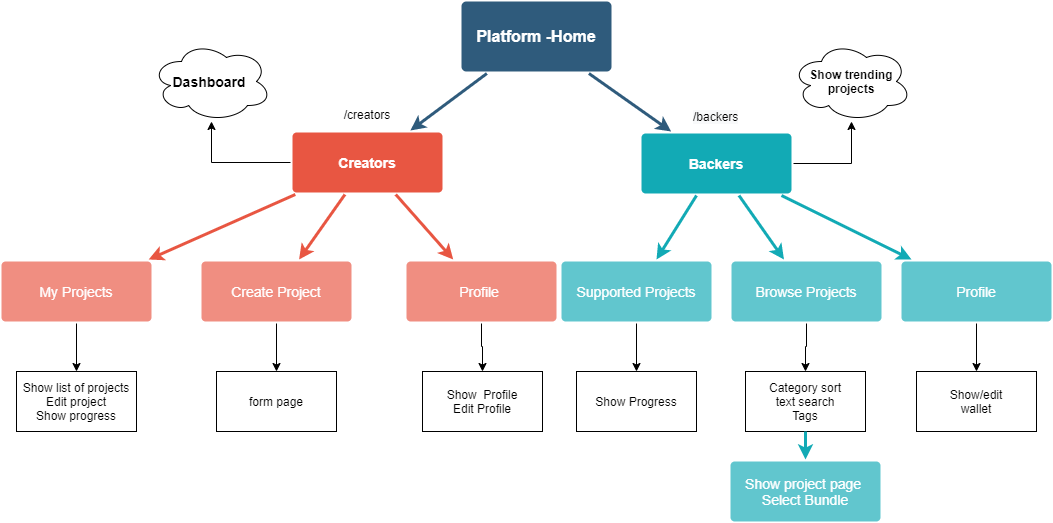
Before: MSAcademy-CP-ModelDiagram/Front Diagram.png, a diagram exported from draw.io (illarios/MSAcademy-CrowdfundingProject). Source tidied: cells renumbered, new cells last; positions are measured from the earlier drawing's top-left corner, leaving out a move shared by most shapes.
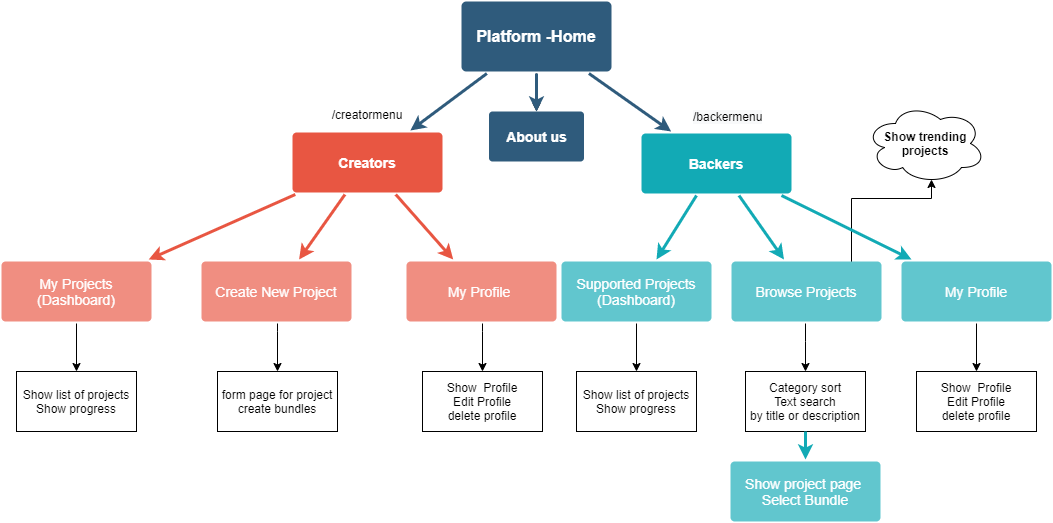
Later version of the same file.

Change to the diagram source:
```diff
@@ -8,6 +8,9 @@
     <mxCell id="3" style="edgeStyle=none;rounded=0;jumpStyle=none;html=1;shadow=0;labelBackgroundColor=none;startArrow=none;startFill=0;endArrow=classic;endFill=1;jettySize=auto;strokeColor=#2F5B7C;strokeWidth=3;fontFamily=Helvetica;fontSize=16;fontColor=#23445D;spacing=5;" parent="1" edge="1" source="4" target="9">
       <mxGeometry relative="1" as="geometry" />
     </mxCell>
+    <mxCell id="39" style="edgeStyle=orthogonalEdgeStyle;rounded=0;jettySize=auto;html=1;" parent="1" edge="1" source="4" target="40">
+      <mxGeometry relative="1" as="geometry" />
+    </mxCell>
     <mxCell id="4" value="Platform -Home" style="rounded=1;whiteSpace=wrap;html=1;shadow=0;labelBackgroundColor=none;strokeColor=none;strokeWidth=3;fillColor=#2F5B7C;fontFamily=Helvetica;fontSize=16;fontColor=#FFFFFF;align=center;fontStyle=1;spacing=5;arcSize=7;perimeterSpacing=2;" parent="1" vertex="1">
       <mxGeometry x="460" width="150" height="70" as="geometry" />
     </mxCell>
@@ -20,33 +23,43 @@
     <mxCell id="7" style="edgeStyle=none;rounded=1;jumpStyle=none;html=1;shadow=0;labelBackgroundColor=none;startArrow=none;startFill=0;jettySize=auto;strokeColor=#E85642;strokeWidth=3;fontFamily=Helvetica;fontSize=14;fontColor=#FFFFFF;spacing=5;fontStyle=1;fillColor=#b0e3e6;" parent="1" edge="1" source="9" target="11">
       <mxGeometry relative="1" as="geometry" />
     </mxCell>
-    <mxCell id="8" style="edgeStyle=orthogonalEdgeStyle;rounded=0;jettySize=auto;html=1;" parent="1" edge="1" source="9" target="38">
-      <mxGeometry relative="1" as="geometry" />
-    </mxCell>
     <mxCell id="9" value="Creators" style="rounded=1;whiteSpace=wrap;html=1;shadow=0;labelBackgroundColor=none;strokeColor=none;strokeWidth=3;fillColor=#e85642;fontFamily=Helvetica;fontSize=14;fontColor=#FFFFFF;align=center;spacing=5;fontStyle=1;arcSize=7;perimeterSpacing=2;" parent="1" vertex="1">
       <mxGeometry x="291" y="131" width="150" height="60" as="geometry" />
     </mxCell>
     <mxCell id="10" style="edgeStyle=orthogonalEdgeStyle;rounded=0;jettySize=auto;html=1;" parent="1" edge="1" source="11" target="28">
-      <mxGeometry relative="1" as="geometry" />
+      <mxGeometry relative="1" as="geometry">
+        <Array as="points">
+          <mxPoint x="481" y="330" />
+          <mxPoint x="481" y="330" />
+        </Array>
+      </mxGeometry>
     </mxCell>
-    <mxCell id="11" value="Profile&amp;nbsp;" style="rounded=1;whiteSpace=wrap;html=1;shadow=0;labelBackgroundColor=none;strokeColor=none;strokeWidth=3;fillColor=#f08e81;fontFamily=Helvetica;fontSize=14;fontColor=#FFFFFF;align=center;spacing=5;fontStyle=0;arcSize=7;perimeterSpacing=2;" parent="1" vertex="1">
+    <mxCell id="11" value="My Profile&amp;nbsp;" style="rounded=1;whiteSpace=wrap;html=1;shadow=0;labelBackgroundColor=none;strokeColor=none;strokeWidth=3;fillColor=#f08e81;fontFamily=Helvetica;fontSize=14;fontColor=#FFFFFF;align=center;spacing=5;fontStyle=0;arcSize=7;perimeterSpacing=2;" parent="1" vertex="1">
       <mxGeometry x="405" y="260" width="150" height="60" as="geometry" />
     </mxCell>
     <mxCell id="12" style="edgeStyle=orthogonalEdgeStyle;rounded=0;jettySize=auto;html=1;" parent="1" edge="1" source="13" target="35">
-      <mxGeometry relative="1" as="geometry" />
+      <mxGeometry relative="1" as="geometry">
+        <Array as="points">
+          <mxPoint x="276" y="330" />
+          <mxPoint x="276" y="330" />
+        </Array>
+      </mxGeometry>
     </mxCell>
-    <mxCell id="13" value="Create Project" style="rounded=1;whiteSpace=wrap;html=1;shadow=0;labelBackgroundColor=none;strokeColor=none;strokeWidth=3;fillColor=#f08e81;fontFamily=Helvetica;fontSize=14;fontColor=#FFFFFF;align=center;spacing=5;fontStyle=0;arcSize=7;perimeterSpacing=2;" parent="1" vertex="1">
+    <mxCell id="13" value="Create New Project" style="rounded=1;whiteSpace=wrap;html=1;shadow=0;labelBackgroundColor=none;strokeColor=none;strokeWidth=3;fillColor=#f08e81;fontFamily=Helvetica;fontSize=14;fontColor=#FFFFFF;align=center;spacing=5;fontStyle=0;arcSize=7;perimeterSpacing=2;" parent="1" vertex="1">
       <mxGeometry x="200" y="260" width="150" height="60" as="geometry" />
     </mxCell>
     <mxCell id="14" style="edgeStyle=orthogonalEdgeStyle;rounded=0;jettySize=auto;html=1;" parent="1" edge="1" source="15" target="29">
       <mxGeometry relative="1" as="geometry" />
     </mxCell>
-    <mxCell id="15" value="My Projects" style="rounded=1;whiteSpace=wrap;html=1;shadow=0;labelBackgroundColor=none;strokeColor=none;strokeWidth=3;fillColor=#f08e81;fontFamily=Helvetica;fontSize=14;fontColor=#FFFFFF;align=center;spacing=5;fontStyle=0;arcSize=7;perimeterSpacing=2;" parent="1" vertex="1">
+    <mxCell id="15" value="My Projects&lt;br&gt;(Dashboard)" style="rounded=1;whiteSpace=wrap;html=1;shadow=0;labelBackgroundColor=none;strokeColor=none;strokeWidth=3;fillColor=#f08e81;fontFamily=Helvetica;fontSize=14;fontColor=#FFFFFF;align=center;spacing=5;fontStyle=0;arcSize=7;perimeterSpacing=2;" parent="1" vertex="1">
       <mxGeometry y="260" width="150" height="60" as="geometry" />
     </mxCell>
-    <mxCell id="16" style="edgeStyle=orthogonalEdgeStyle;rounded=0;jettySize=auto;html=1;" parent="1" edge="1" source="17">
+    <mxCell id="16" style="edgeStyle=orthogonalEdgeStyle;rounded=0;jettySize=auto;html=1;exitX=0.799;exitY=0.063;exitDx=0;exitDy=0;exitPerimeter=0;entryX=0.55;entryY=0.95;entryDx=0;entryDy=0;entryPerimeter=0;" parent="1" edge="1" source="22" target="37">
       <mxGeometry relative="1" as="geometry">
-        <mxPoint x="850" y="120" as="targetPoint" />
+        <Array as="points">
+          <mxPoint x="850" y="262" />
+          <mxPoint x="850" y="197" />
+        </Array>
       </mxGeometry>
     </mxCell>
     <mxCell id="17" value="Backers" style="rounded=1;whiteSpace=wrap;html=1;shadow=0;labelBackgroundColor=none;strokeColor=none;strokeWidth=3;fillColor=#12aab5;fontFamily=Helvetica;fontSize=14;fontColor=#FFFFFF;align=center;spacing=5;fontStyle=1;arcSize=7;perimeterSpacing=2;" parent="1" vertex="1">
@@ -55,14 +68,19 @@
     <mxCell id="18" style="edgeStyle=orthogonalEdgeStyle;rounded=0;jettySize=auto;html=1;" parent="1" edge="1" source="19" target="30">
       <mxGeometry relative="1" as="geometry" />
     </mxCell>
-    <mxCell id="19" value="Supported Projects" style="rounded=1;whiteSpace=wrap;html=1;shadow=0;labelBackgroundColor=none;strokeColor=none;strokeWidth=3;fillColor=#61c6ce;fontFamily=Helvetica;fontSize=14;fontColor=#FFFFFF;align=center;spacing=5;fontStyle=0;arcSize=7;perimeterSpacing=2;" parent="1" vertex="1">
+    <mxCell id="19" value="Supported Projects&lt;br&gt;(Dashboard)" style="rounded=1;whiteSpace=wrap;html=1;shadow=0;labelBackgroundColor=none;strokeColor=none;strokeWidth=3;fillColor=#61c6ce;fontFamily=Helvetica;fontSize=14;fontColor=#FFFFFF;align=center;spacing=5;fontStyle=0;arcSize=7;perimeterSpacing=2;" parent="1" vertex="1">
       <mxGeometry x="560" y="260" width="150" height="60" as="geometry" />
     </mxCell>
     <mxCell id="20" style="edgeStyle=none;rounded=1;jumpStyle=none;html=1;shadow=0;labelBackgroundColor=none;startArrow=none;startFill=0;jettySize=auto;strokeColor=#12AAB5;strokeWidth=3;fontFamily=Helvetica;fontSize=14;fontColor=#FFFFFF;spacing=5;fontStyle=1;fillColor=#b0e3e6;" parent="1" edge="1" source="17" target="19">
       <mxGeometry relative="1" as="geometry" />
     </mxCell>
     <mxCell id="21" style="edgeStyle=orthogonalEdgeStyle;rounded=0;jettySize=auto;html=1;" parent="1" edge="1" source="22" target="31">
-      <mxGeometry relative="1" as="geometry" />
+      <mxGeometry relative="1" as="geometry">
+        <Array as="points">
+          <mxPoint x="804" y="340" />
+          <mxPoint x="804" y="340" />
+        </Array>
+      </mxGeometry>
     </mxCell>
     <mxCell id="22" value="Browse Projects" style="rounded=1;whiteSpace=wrap;html=1;shadow=0;labelBackgroundColor=none;strokeColor=none;strokeWidth=3;fillColor=#61c6ce;fontFamily=Helvetica;fontSize=14;fontColor=#FFFFFF;align=center;spacing=5;fontStyle=0;arcSize=7;perimeterSpacing=2;" parent="1" vertex="1">
       <mxGeometry x="730" y="260" width="150" height="60" as="geometry" />
@@ -73,25 +91,25 @@
     <mxCell id="24" style="edgeStyle=orthogonalEdgeStyle;rounded=0;jettySize=auto;html=1;" parent="1" edge="1" source="25" target="32">
       <mxGeometry relative="1" as="geometry" />
     </mxCell>
-    <mxCell id="25" value="Profile" style="rounded=1;whiteSpace=wrap;html=1;shadow=0;labelBackgroundColor=none;strokeColor=none;strokeWidth=3;fillColor=#61c6ce;fontFamily=Helvetica;fontSize=14;fontColor=#FFFFFF;align=center;spacing=5;fontStyle=0;arcSize=7;perimeterSpacing=2;" parent="1" vertex="1">
+    <mxCell id="25" value="My Profile" style="rounded=1;whiteSpace=wrap;html=1;shadow=0;labelBackgroundColor=none;strokeColor=none;strokeWidth=3;fillColor=#61c6ce;fontFamily=Helvetica;fontSize=14;fontColor=#FFFFFF;align=center;spacing=5;fontStyle=0;arcSize=7;perimeterSpacing=2;" parent="1" vertex="1">
       <mxGeometry x="900" y="260" width="150" height="60" as="geometry" />
     </mxCell>
     <mxCell id="26" style="edgeStyle=none;rounded=1;jumpStyle=none;html=1;shadow=0;labelBackgroundColor=none;startArrow=none;startFill=0;jettySize=auto;strokeColor=#12AAB5;strokeWidth=3;fontFamily=Helvetica;fontSize=14;fontColor=#FFFFFF;spacing=5;fontStyle=1;fillColor=#b0e3e6;" parent="1" edge="1" source="17" target="25">
       <mxGeometry relative="1" as="geometry" />
     </mxCell>
-    <mxCell id="27" value="/creators" style="text;html=1;strokeColor=none;fillColor=none;align=center;verticalAlign=middle;whiteSpace=wrap;rounded=0;" parent="1" vertex="1">
+    <mxCell id="27" value="/creatormenu" style="text;html=1;strokeColor=none;fillColor=none;align=center;verticalAlign=middle;whiteSpace=wrap;rounded=0;" parent="1" vertex="1">
       <mxGeometry x="311" y="95.5" width="110" height="35.5" as="geometry" />
     </mxCell>
-    <mxCell id="28" value="Show&amp;nbsp; Profile&lt;br&gt;Edit Profile" style="rounded=0;whiteSpace=wrap;html=1;" parent="1" vertex="1">
+    <mxCell id="28" value="Show&amp;nbsp; Profile&lt;br&gt;Edit Profile&lt;br&gt;delete profile" style="rounded=0;whiteSpace=wrap;html=1;" parent="1" vertex="1">
       <mxGeometry x="421" y="370" width="120" height="60" as="geometry" />
     </mxCell>
-    <mxCell id="29" value="Show list of projects&lt;br&gt;Edit project&lt;br&gt;Show progress" style="rounded=0;whiteSpace=wrap;html=1;" parent="1" vertex="1">
+    <mxCell id="29" value="Show list of projects&lt;br&gt;Show progress" style="rounded=0;whiteSpace=wrap;html=1;" parent="1" vertex="1">
       <mxGeometry x="15" y="370" width="120" height="60" as="geometry" />
     </mxCell>
     <mxCell id="30" value="Show Progress" style="rounded=0;whiteSpace=wrap;html=1;" parent="1" vertex="1">
       <mxGeometry x="575" y="370" width="120" height="60" as="geometry" />
     </mxCell>
-    <mxCell id="31" value="Category sort&lt;br&gt;text search&lt;br&gt;Tags" style="rounded=0;whiteSpace=wrap;html=1;" parent="1" vertex="1">
+    <mxCell id="31" value="Category sort&lt;br&gt;Text search&lt;br&gt;by title or description" style="rounded=0;whiteSpace=wrap;html=1;" parent="1" vertex="1">
       <mxGeometry x="744" y="370" width="120" height="60" as="geometry" />
     </mxCell>
     <mxCell id="32" value="Show/edit&lt;br&gt;wallet" style="rounded=0;whiteSpace=wrap;html=1;" parent="1" vertex="1">
@@ -103,17 +121,30 @@
     <mxCell id="34" style="edgeStyle=none;rounded=1;jumpStyle=none;html=1;shadow=0;labelBackgroundColor=none;startArrow=none;startFill=0;jettySize=auto;strokeColor=#12AAB5;strokeWidth=3;fontFamily=Helvetica;fontSize=14;fontColor=#FFFFFF;spacing=5;fontStyle=1;fillColor=#b0e3e6;entryX=0.5;entryY=0;entryDx=0;entryDy=0;exitX=0.5;exitY=1;exitDx=0;exitDy=0;" parent="1" edge="1" source="31" target="33">
       <mxGeometry relative="1" as="geometry" />
     </mxCell>
-    <mxCell id="35" value="form page" style="rounded=0;whiteSpace=wrap;html=1;" parent="1" vertex="1">
-      <mxGeometry x="215" y="370" width="120" height="60" as="geometry" />
+    <mxCell id="35" value="form page for project&lt;br&gt;create bundles" style="rounded=0;whiteSpace=wrap;html=1;" parent="1" vertex="1">
+      <mxGeometry x="216" y="370" width="120" height="60" as="geometry" />
     </mxCell>
-    <mxCell id="36" value="&lt;span style=&quot;color: rgb(0 , 0 , 0) ; font-family: &amp;#34;helvetica&amp;#34; ; font-size: 12px ; font-style: normal ; font-weight: 400 ; letter-spacing: normal ; text-align: center ; text-indent: 0px ; text-transform: none ; word-spacing: 0px ; background-color: rgb(248 , 249 , 250) ; display: inline ; float: none&quot;&gt;/backers&lt;/span&gt;" style="text;whiteSpace=wrap;html=1;" parent="1" vertex="1">
+    <mxCell id="36" value="&lt;span style=&quot;color: rgb(0 , 0 , 0) ; font-family: &amp;#34;helvetica&amp;#34; ; font-size: 12px ; font-style: normal ; font-weight: 400 ; letter-spacing: normal ; text-align: center ; text-indent: 0px ; text-transform: none ; word-spacing: 0px ; background-color: rgb(248 , 249 , 250) ; display: inline ; float: none&quot;&gt;/backermenu&lt;/span&gt;" style="text;whiteSpace=wrap;html=1;" parent="1" vertex="1">
       <mxGeometry x="690" y="102" width="70" height="30" as="geometry" />
     </mxCell>
     <mxCell id="37" value="&lt;b&gt;Show trending projects&lt;/b&gt;" style="ellipse;shape=cloud;whiteSpace=wrap;html=1;" parent="1" vertex="1">
-      <mxGeometry x="790" y="40" width="120" height="80" as="geometry" />
+      <mxGeometry x="864" y="102" width="120" height="80" as="geometry" />
     </mxCell>
-    <mxCell id="38" value="&lt;span style=&quot;font-size: 14px ; font-weight: 700&quot;&gt;Dashboard&amp;nbsp;&lt;/span&gt;" style="ellipse;shape=cloud;whiteSpace=wrap;html=1;" parent="1" vertex="1">
-      <mxGeometry x="150" y="40" width="120" height="80" as="geometry" />
-    </mxCell>
+    <mxCell id="40" value="&lt;font style=&quot;font-size: 14px&quot;&gt;About us&lt;/font&gt;" style="whiteSpace=wrap;html=1;rounded=1;shadow=0;fontSize=16;fontColor=#FFFFFF;fontStyle=1;strokeColor=none;strokeWidth=3;fillColor=#2F5B7C;spacing=5;arcSize=7;" parent="1" vertex="1">
+      <mxGeometry x="487.5" y="110" width="95" height="50" as="geometry" />
+    </mxCell>
+    <mxCell id="41" style="edgeStyle=none;rounded=0;jumpStyle=none;html=1;shadow=0;labelBackgroundColor=none;startArrow=none;startFill=0;endArrow=classic;endFill=1;jettySize=auto;strokeColor=#2F5B7C;strokeWidth=3;fontFamily=Helvetica;fontSize=16;fontColor=#23445D;spacing=5;exitX=0.5;exitY=1;exitDx=0;exitDy=0;entryX=0.5;entryY=0;entryDx=0;entryDy=0;" parent="1" edge="1" source="4" target="40">
+      <mxGeometry relative="1" as="geometry">
+        <Array as="points">
+          <mxPoint x="535" y="100" />
+        </Array>
+      </mxGeometry>
+    </mxCell>
+    <mxCell id="42" value="Show&amp;nbsp; Profile&lt;br&gt;Edit Profile&lt;br&gt;delete profile" style="rounded=0;whiteSpace=wrap;html=1;" parent="1" vertex="1">
+      <mxGeometry x="915" y="370" width="120" height="60" as="geometry" />
+    </mxCell>
+    <mxCell id="43" value="Show list of projects&lt;br&gt;Show progress" style="rounded=0;whiteSpace=wrap;html=1;" parent="1" vertex="1">
+      <mxGeometry x="575" y="370" width="120" height="60" as="geometry" />
+    </mxCell>
   </root>
 </mxGraphModel>
```
